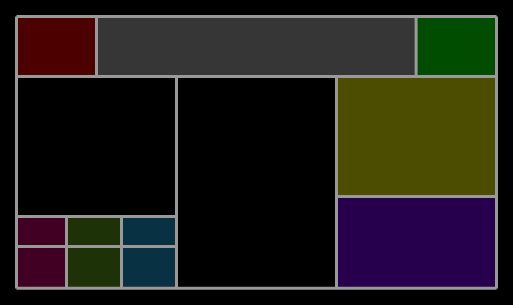
Before: page "ams2_dash_main" (1 of 8) of templates/ams2/V2/nextion_dash.drawio in manuel-passadouro/simhub_nextion_dash, a draw.io diagram. Source tidied: cells renumbered, new cells numbered last; positions are measured from the earlier drawing's top-left corner, leaving out a move shared by most shapes. Both pictures are drawn from the tidied source at 100%, with x=0, y=0 at pixel (16, 16).
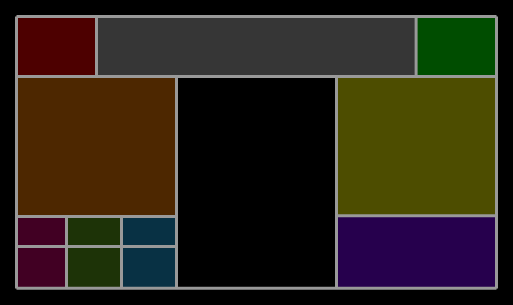
After the change.

The edit, as a diff of the source:
```diff
@@
+    <mxCell id="29" style="rounded=0;whiteSpace=wrap;html=1;fillColor=#FF8000;strokeColor=#d79b00;opacity=30;" parent="1" vertex="1">
+      <mxGeometry y="60" width="160" height="140" as="geometry" />
+    </mxCell>
     <mxCell id="3" style="rounded=0;whiteSpace=wrap;html=1;fillColor=#7F00FF;strokeColor=#9673a6;opacity=30;" parent="1" vertex="1">
-      <mxGeometry x="320" y="180" width="160" height="92" as="geometry" />
+      <mxGeometry x="320" y="200" width="160" height="72" as="geometry" />
     </mxCell>
@@
     <mxCell id="10" style="rounded=0;whiteSpace=wrap;html=1;fillColor=#FFFF00;strokeColor=#9673a6;opacity=30;" parent="1" vertex="1">
-      <mxGeometry x="320" y="60" width="160" height="120" as="geometry" />
+      <mxGeometry x="320" y="60" width="160" height="140" as="geometry" />
     </mxCell>
@@
     <mxCell id="21" style="endArrow=none;html=1;rounded=0;strokeWidth=3;strokeColor=#999999;exitX=0;exitY=0.5;exitDx=0;exitDy=0;" parent="1" edge="1">
       <mxGeometry relative="1" as="geometry">
-        <mxPoint x="320" y="180" as="sourcePoint" />
-        <mxPoint x="480" y="180" as="targetPoint" />
+        <mxPoint x="320" y="199.3" as="sourcePoint" />
+        <mxPoint x="480" y="199.3" as="targetPoint" />
       </mxGeometry>
     </mxCell>
```
